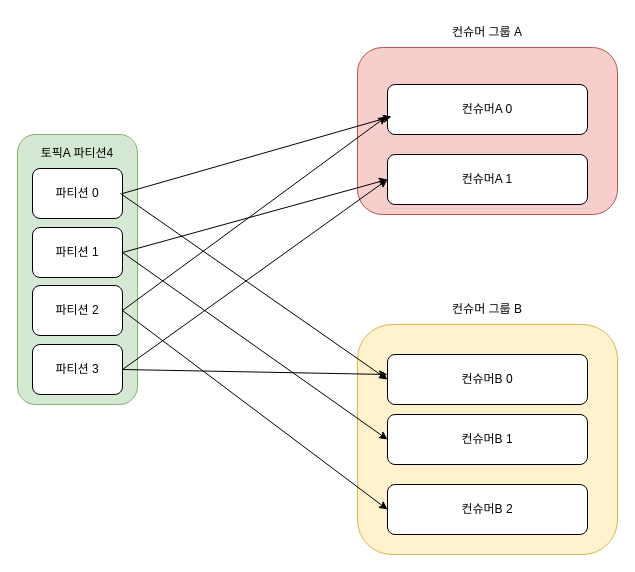
The draw.io diagram page "페이지-6" (6 of 6) of architecture/kafka.drawio in TreeStone94/drawio, before the edit. Source tidied: cells renumbered, new cells numbered last; positions are measured from the earlier drawing's top-left corner, leaving out a move shared by most shapes. Both pictures are drawn from the tidied source at 100%, with x=0, y=0 at pixel (17, 17).
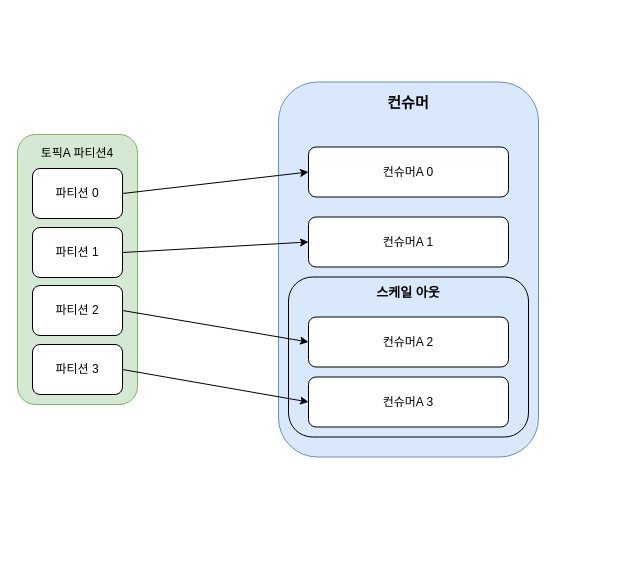
The same page after the edit.

The change refers to these unchanged cells:
```xml
<mxCell id="4" value="파티션 0" style="rounded=1;whiteSpace=wrap;html=1;" parent="1" vertex="1">
  <mxGeometry x="15" y="151" width="90" height="50" as="geometry" />
</mxCell>
<mxCell id="5" value="파티션 3" style="rounded=1;whiteSpace=wrap;html=1;" parent="1" vertex="1">
  <mxGeometry x="15" y="327" width="90" height="50" as="geometry" />
</mxCell>
<mxCell id="6" value="파티션 1" style="rounded=1;whiteSpace=wrap;html=1;" parent="1" vertex="1">
  <mxGeometry x="15" y="210" width="90" height="50" as="geometry" />
</mxCell>
<mxCell id="7" value="파티션 2" style="rounded=1;whiteSpace=wrap;html=1;" parent="1" vertex="1">
  <mxGeometry x="15" y="268" width="90" height="50" as="geometry" />
</mxCell>
```

Diff of the diagram source:
```diff
@@
-    <mxCell id="8" style="rounded=1;whiteSpace=wrap;html=1;fillColor=#f8cecc;strokeColor=#b85450;" parent="1" vertex="1">
-      <mxGeometry x="340" y="30" width="260" height="167" as="geometry" />
-    </mxCell>
-    <mxCell id="9" value="컨슈머 그룹 A" style="text;html=1;align=center;verticalAlign=middle;whiteSpace=wrap;rounded=0;" parent="1" vertex="1">
-      <mxGeometry x="425" width="90" height="30" as="geometry" />
-    </mxCell>
-    <mxCell id="10" style="rounded=1;whiteSpace=wrap;html=1;fillColor=#fff2cc;strokeColor=#d6b656;" parent="1" vertex="1">
-      <mxGeometry x="340" y="307" width="260" height="230" as="geometry" />
-    </mxCell>
-    <mxCell id="11" value="컨슈머 그룹 B" style="text;html=1;align=center;verticalAlign=middle;whiteSpace=wrap;rounded=0;" parent="1" vertex="1">
-      <mxGeometry x="425" y="277" width="90" height="30" as="geometry" />
-    </mxCell>
+    <mxCell id="25" style="rounded=1;whiteSpace=wrap;html=1;fillColor=#dae8fc;strokeColor=#6c8ebf;" parent="1" vertex="1">
+      <mxGeometry x="261" y="64.5" width="260" height="375" as="geometry" />
+    </mxCell>
+    <mxCell id="26" value="컨슈머" style="text;html=1;align=center;verticalAlign=middle;whiteSpace=wrap;rounded=0;fontSize=15;fontStyle=1;" parent="1" vertex="1">
+      <mxGeometry x="346" y="69.5" width="90" height="30" as="geometry" />
+    </mxCell>
     <mxCell id="12" value="컨슈머A 0" style="rounded=1;whiteSpace=wrap;html=1;" parent="1" vertex="1">
-      <mxGeometry x="370" y="67" width="200" height="50" as="geometry" />
+      <mxGeometry x="291" y="129.5" width="200" height="50" as="geometry" />
     </mxCell>
     <mxCell id="13" value="컨슈머A 1" style="rounded=1;whiteSpace=wrap;html=1;" parent="1" vertex="1">
-      <mxGeometry x="370" y="137" width="200" height="50" as="geometry" />
+      <mxGeometry x="291" y="199.5" width="200" height="50" as="geometry" />
     </mxCell>
-    <mxCell id="14" value="컨슈머B 0" style="rounded=1;whiteSpace=wrap;html=1;" parent="1" vertex="1">
-      <mxGeometry x="370" y="337" width="200" height="50" as="geometry" />
-    </mxCell>
-    <mxCell id="15" value="컨슈머B 1" style="rounded=1;whiteSpace=wrap;html=1;" parent="1" vertex="1">
-      <mxGeometry x="370" y="397" width="200" height="50" as="geometry" />
-    </mxCell>
-    <mxCell id="16" value="컨슈머B 2" style="rounded=1;whiteSpace=wrap;html=1;" parent="1" vertex="1">
-      <mxGeometry x="370" y="467" width="200" height="50" as="geometry" />
-    </mxCell>
+    <mxCell id="27" style="rounded=1;whiteSpace=wrap;html=1;fillColor=none;" parent="1" vertex="1">
+      <mxGeometry x="271" y="259.5" width="240" height="160" as="geometry" />
+    </mxCell>
+    <mxCell id="28" value="컨슈머A 2" style="rounded=1;whiteSpace=wrap;html=1;" parent="1" vertex="1">
+      <mxGeometry x="291" y="299.5" width="200" height="50" as="geometry" />
+    </mxCell>
+    <mxCell id="29" value="컨슈머A 3" style="rounded=1;whiteSpace=wrap;html=1;" parent="1" vertex="1">
+      <mxGeometry x="291" y="359.5" width="200" height="50" as="geometry" />
+    </mxCell>
+    <mxCell id="30" value="스케일 아웃" style="text;html=1;align=center;verticalAlign=middle;whiteSpace=wrap;rounded=0;fontSize=13;fontStyle=1;" parent="1" vertex="1">
+      <mxGeometry x="346" y="259.5" width="90" height="30" as="geometry" />
+    </mxCell>
-    <mxCell id="17" style="endArrow=classic;html=1;rounded=0;exitX=1;exitY=0.5;exitDx=0;exitDy=0;entryX=0.02;entryY=0.64;entryDx=0;entryDy=0;entryPerimeter=0;" parent="1" edge="1" source="4" target="12">
+    <mxCell id="17" style="endArrow=classic;html=1;rounded=0;exitX=1;exitY=0.5;exitDx=0;exitDy=0;entryX=0;entryY=0.5;entryDx=0;entryDy=0;" parent="1" edge="1" source="4" target="12">
       <mxGeometry relative="1" as="geometry" />
     </mxCell>
+    <mxCell id="19" style="endArrow=classic;html=1;rounded=0;exitX=1;exitY=0.5;exitDx=0;exitDy=0;entryX=0;entryY=0.5;entryDx=0;entryDy=0;" parent="1" edge="1" source="7" target="28">
+      <mxGeometry relative="1" as="geometry" />
+    </mxCell>
@@
-    <mxCell id="19" style="endArrow=classic;html=1;rounded=0;exitX=1;exitY=0.5;exitDx=0;exitDy=0;entryX=-0.005;entryY=0.64;entryDx=0;entryDy=0;entryPerimeter=0;" parent="1" edge="1" source="7" target="12">
-      <mxGeometry relative="1" as="geometry" />
-    </mxCell>
-    <mxCell id="20" style="endArrow=classic;html=1;rounded=0;exitX=1;exitY=0.5;exitDx=0;exitDy=0;entryX=0;entryY=0.5;entryDx=0;entryDy=0;" parent="1" edge="1" source="5" target="13">
+    <mxCell id="20" style="endArrow=classic;html=1;rounded=0;exitX=1;exitY=0.5;exitDx=0;exitDy=0;entryX=0;entryY=0.5;entryDx=0;entryDy=0;" parent="1" edge="1" source="5" target="29">
       <mxGeometry relative="1" as="geometry" />
     </mxCell>
-    <mxCell id="21" style="endArrow=classic;html=1;rounded=0;entryX=0;entryY=0.5;entryDx=0;entryDy=0;" parent="1" edge="1" target="14">
-      <mxGeometry relative="1" as="geometry">
-        <mxPoint x="103" y="176" as="sourcePoint" />
-      </mxGeometry>
-    </mxCell>
-    <mxCell id="22" style="endArrow=classic;html=1;rounded=0;exitX=1;exitY=0.5;exitDx=0;exitDy=0;entryX=0;entryY=0.5;entryDx=0;entryDy=0;" parent="1" edge="1" source="6" target="15">
-      <mxGeometry relative="1" as="geometry" />
-    </mxCell>
-    <mxCell id="23" style="endArrow=classic;html=1;rounded=0;exitX=1;exitY=0.5;exitDx=0;exitDy=0;entryX=0;entryY=0.5;entryDx=0;entryDy=0;" parent="1" edge="1" source="7" target="16">
-      <mxGeometry relative="1" as="geometry" />
-    </mxCell>
-    <mxCell id="24" style="endArrow=classic;html=1;rounded=0;exitX=1;exitY=0.5;exitDx=0;exitDy=0;" parent="1" edge="1" source="5">
-      <mxGeometry relative="1" as="geometry">
-        <mxPoint x="370" y="357" as="targetPoint" />
-      </mxGeometry>
-    </mxCell>
```
